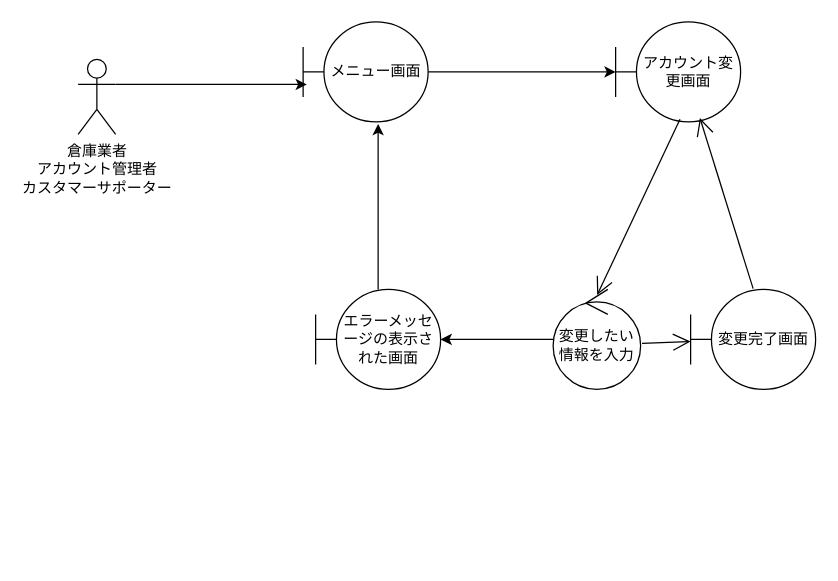
Earlier version of the draw.io diagram group/3-3_総合演習1_BBショップ注文管理システム/ロバストネス図/lo_a_06_change.drawio (ko246/ohara_uml). Source tidied: cells renumbered, new cells numbered last; positions are measured from the earlier drawing's top-left corner, leaving out a move shared by most shapes. Both pictures are drawn from the tidied source at 125%, with x=0, y=0 at pixel (78, 21).
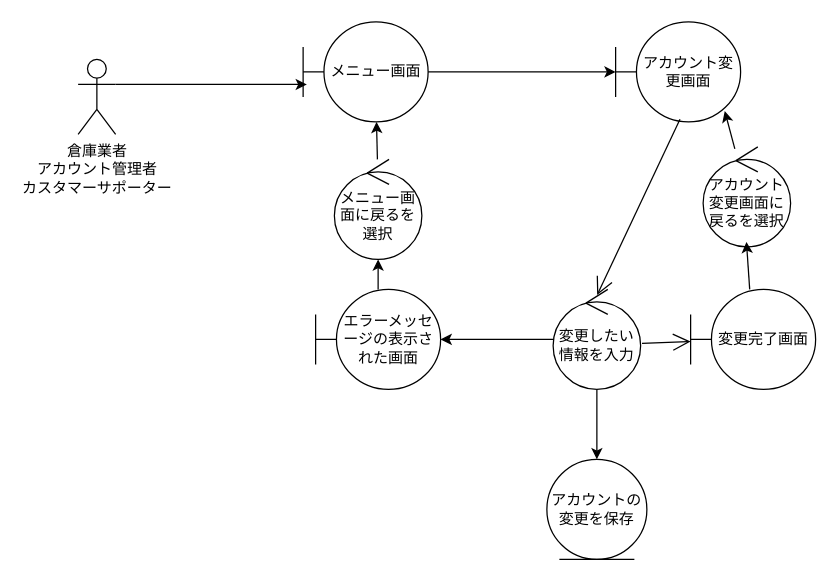
Above is the later version.

Unchanged cells that the change refers to:
```xml
<mxCell id="4" value="メニュー画面" style="shape=umlBoundary;whiteSpace=wrap;html=1;" parent="1" vertex="1">
  <mxGeometry x="180" width="100" height="80" as="geometry" />
</mxCell>
<mxCell id="5" value="アカウント変更画面" style="shape=umlBoundary;whiteSpace=wrap;html=1;" parent="1" vertex="1">
  <mxGeometry x="430" width="100" height="80" as="geometry" />
</mxCell>
<mxCell id="8" value="変更したい情報を入力" style="ellipse;shape=umlControl;whiteSpace=wrap;html=1;" parent="1" vertex="1">
  <mxGeometry x="380" y="214" width="70" height="80" as="geometry" />
</mxCell>
<mxCell id="11" value="エラーメッセージの表示された画面" style="shape=umlBoundary;whiteSpace=wrap;html=1;" parent="1" vertex="1">
  <mxGeometry x="190" y="214" width="100" height="80" as="geometry" />
</mxCell>
<mxCell id="13" value="変更完了画面" style="shape=umlBoundary;whiteSpace=wrap;html=1;" parent="1" vertex="1">
  <mxGeometry x="490" y="214" width="100" height="80" as="geometry" />
</mxCell>
```

Change to the diagram source:
```diff
@@
+    <mxCell id="15" style="edgeStyle=none;html=1;" parent="1" edge="1" source="8" target="22">
+      <mxGeometry relative="1" as="geometry" />
+    </mxCell>
@@
-    <mxCell id="10" style="edgeStyle=orthogonalEdgeStyle;rounded=0;jettySize=auto;html=1;entryX=0.6;entryY=1.02;entryDx=0;entryDy=0;entryPerimeter=0;" parent="1" edge="1" source="11" target="4">
-      <mxGeometry relative="1" as="geometry" />
-    </mxCell>
+    <mxCell id="16" style="edgeStyle=none;html=1;" parent="1" edge="1" source="11" target="17">
+      <mxGeometry relative="1" as="geometry" />
+    </mxCell>
@@
-    <mxCell id="14" style="endArrow=open;endFill=1;endSize=12;html=1;rounded=0;exitX=0.5;exitY=-0.007;exitDx=0;exitDy=0;exitPerimeter=0;entryX=0.674;entryY=0.96;entryDx=0;entryDy=0;entryPerimeter=0;" parent="1" edge="1" source="13" target="5">
-      <mxGeometry relative="1" as="geometry" />
-    </mxCell>
+    <mxCell id="17" value="メニュー画面に戻るを選択" style="ellipse;shape=umlControl;whiteSpace=wrap;html=1;" parent="1" vertex="1">
+      <mxGeometry x="205" y="110" width="70" height="80" as="geometry" />
+    </mxCell>
+    <mxCell id="18" style="edgeStyle=none;html=1;entryX=0.587;entryY=1;entryDx=0;entryDy=0;entryPerimeter=0;" parent="1" edge="1" source="17" target="4">
+      <mxGeometry relative="1" as="geometry" />
+    </mxCell>
+    <mxCell id="19" value="アカウント変更画面に戻るを選択" style="ellipse;shape=umlControl;whiteSpace=wrap;html=1;" parent="1" vertex="1">
+      <mxGeometry x="500" y="100" width="70" height="80" as="geometry" />
+    </mxCell>
+    <mxCell id="20" style="edgeStyle=none;html=1;entryX=0.873;entryY=0.892;entryDx=0;entryDy=0;entryPerimeter=0;" parent="1" edge="1" source="19" target="5">
+      <mxGeometry relative="1" as="geometry" />
+    </mxCell>
+    <mxCell id="21" style="edgeStyle=none;html=1;entryX=0.495;entryY=0.95;entryDx=0;entryDy=0;entryPerimeter=0;" parent="1" edge="1" source="13" target="19">
+      <mxGeometry relative="1" as="geometry" />
+    </mxCell>
+    <mxCell id="22" value="アカウントの変更を保存" style="ellipse;shape=umlEntity;whiteSpace=wrap;html=1;" parent="1" vertex="1">
+      <mxGeometry x="375" y="350" width="80" height="80" as="geometry" />
+    </mxCell>
```
